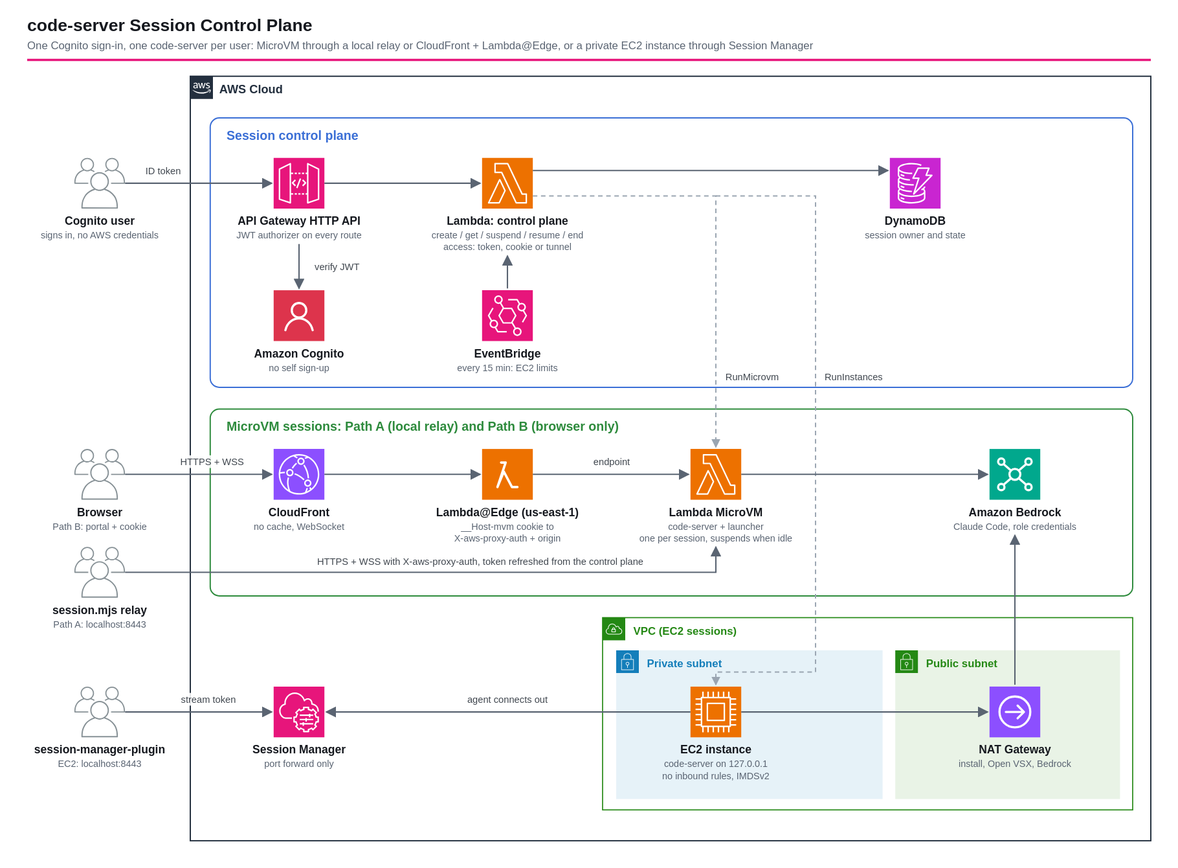
Before: infrastructure/workspaces/code-server-session-control-plane/overview.drawio.svg, a diagram exported from draw.io (ishiharatma/aws-cdk-reference-architectures). Source tidied: cells renumbered, new cells last; positions are measured from the earlier drawing's top-left corner, leaving out a move shared by most shapes.
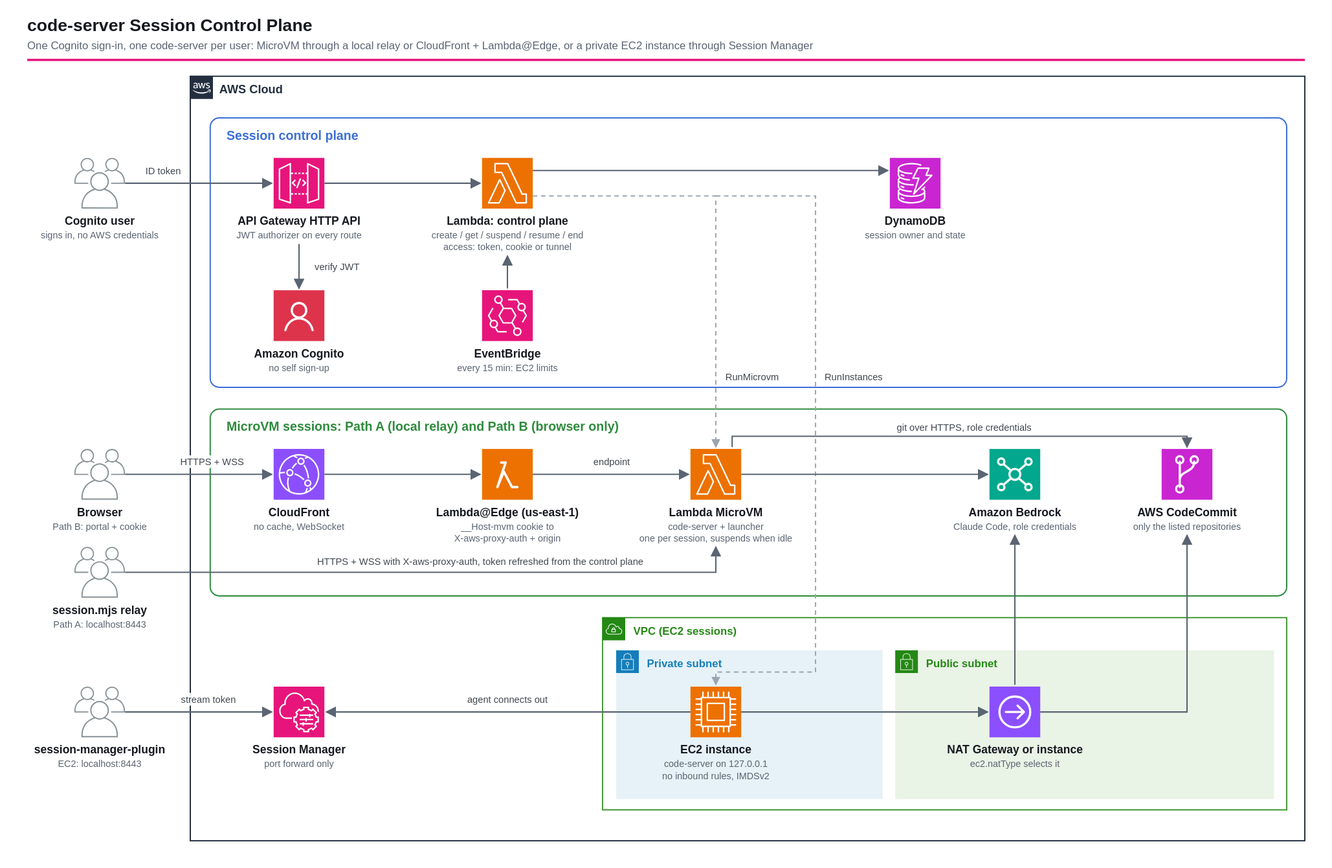
After the change.

The edit, as a diff of the source:
```diff
@@ -3,31 +3,31 @@
     <mxCell id="0" />
     <mxCell id="1" parent="0" />
     <mxCell id="2" value="code-server Session Control Plane" style="text;html=1;strokeColor=none;fillColor=none;align=left;verticalAlign=middle;whiteSpace=wrap;rounded=0;fontSize=19;fontStyle=1;fontColor=#16191F;" parent="1" vertex="1">
-      <mxGeometry width="1240" height="28" as="geometry" />
+      <mxGeometry width="1410" height="28" as="geometry" />
     </mxCell>
     <mxCell id="3" value="One Cognito sign-in, one code-server per user: MicroVM through a local relay or CloudFront + Lambda@Edge, or a private EC2 instance through Session Manager" style="text;html=1;strokeColor=none;fillColor=none;align=left;verticalAlign=middle;whiteSpace=wrap;rounded=0;fontSize=12;fontStyle=0;fontColor=#5A6472;" parent="1" vertex="1">
-      <mxGeometry y="28" width="1240" height="18" as="geometry" />
+      <mxGeometry y="28" width="1410" height="18" as="geometry" />
     </mxCell>
     <mxCell id="4" style="rounded=0;whiteSpace=wrap;html=1;fillColor=#E7157B;strokeColor=none;" parent="1" vertex="1">
-      <mxGeometry y="52" width="1240" height="2.5" as="geometry" />
+      <mxGeometry y="52" width="1410" height="2.5" as="geometry" />
     </mxCell>
     <mxCell id="5" value="AWS Cloud" style="gradientColor=none;html=1;whiteSpace=wrap;fontSize=12;fontStyle=0;shape=mxgraph.aws4.group;grIcon=mxgraph.aws4.group_aws_cloud_alt;strokeColor=#232F3E;fillColor=none;verticalAlign=top;align=left;spacingLeft=30;fontColor=#232F3E;dashed=0;" parent="1" vertex="1">
-      <mxGeometry x="180" y="70" width="1060" height="843" as="geometry" />
+      <mxGeometry x="180" y="70" width="1230" height="843" as="geometry" />
     </mxCell>
     <mxCell id="6" value="Session control plane" style="rounded=1;whiteSpace=wrap;html=1;fillColor=none;strokeColor=#3B6FD6;verticalAlign=top;align=left;spacingLeft=10;spacingTop=6;fontSize=13;fontStyle=1;fontColor=#3B6FD6;dashed=0;" parent="1" vertex="1">
-      <mxGeometry x="202" y="116" width="1018" height="297" as="geometry" />
+      <mxGeometry x="202" y="116" width="1188" height="297" as="geometry" />
     </mxCell>
     <mxCell id="7" value="MicroVM sessions: Path A (local relay) and Path B (browser only)" style="rounded=1;whiteSpace=wrap;html=1;fillColor=none;strokeColor=#2E8B3D;verticalAlign=top;align=left;spacingLeft=10;spacingTop=6;fontSize=13;fontStyle=1;fontColor=#2E8B3D;dashed=0;" parent="1" vertex="1">
-      <mxGeometry x="202" y="437" width="1018" height="206" as="geometry" />
+      <mxGeometry x="202" y="437" width="1188" height="206" as="geometry" />
     </mxCell>
     <mxCell id="8" value="VPC (EC2 sessions)" style="gradientColor=none;html=1;whiteSpace=wrap;fontSize=12;fontStyle=0;shape=mxgraph.aws4.group;grIcon=mxgraph.aws4.group_vpc;strokeColor=#248814;fillColor=none;verticalAlign=top;align=left;spacingLeft=30;fontColor=#248814;dashed=0;" parent="1" vertex="1">
-      <mxGeometry x="635" y="667" width="585" height="212" as="geometry" />
+      <mxGeometry x="635" y="667" width="755" height="212" as="geometry" />
     </mxCell>
     <mxCell id="9" value="Private subnet" style="gradientColor=none;html=1;whiteSpace=wrap;fontSize=12;fontStyle=0;shape=mxgraph.aws4.group;grIcon=mxgraph.aws4.group_security_group;grStroke=0;strokeColor=#147EBA;fillColor=#E6F2F8;verticalAlign=top;align=left;spacingLeft=30;fontColor=#147EBA;dashed=0;" parent="1" vertex="1">
       <mxGeometry x="650" y="703" width="294" height="164" as="geometry" />
     </mxCell>
     <mxCell id="10" value="Public subnet" style="gradientColor=none;html=1;whiteSpace=wrap;fontSize=12;fontStyle=0;shape=mxgraph.aws4.group;grIcon=mxgraph.aws4.group_security_group;grStroke=0;strokeColor=#248814;fillColor=#E9F3E6;verticalAlign=top;align=left;spacingLeft=30;fontColor=#248814;dashed=0;" parent="1" vertex="1">
-      <mxGeometry x="958" y="703" width="248" height="164" as="geometry" />
+      <mxGeometry x="958" y="703" width="418" height="164" as="geometry" />
     </mxCell>
     <mxCell id="11" value="API Gateway HTTP API" style="sketch=0;points=[[0,0,0],[0.25,0,0],[0.5,0,0],[0.75,0,0],[1,0,0],[0,1,0],[0.25,1,0],[0.5,1,0],[0.75,1,0],[1,1,0],[0,0.25,0],[0,0.5,0],[0,0.75,0],[1,0.25,0],[1,0.5,0],[1,0.75,0]];outlineConnect=0;fontColor=#232F3E;fillColor=#E7157B;strokeColor=#ffffff;dashed=0;verticalLabelPosition=bottom;verticalAlign=top;align=center;html=1;fontSize=12;fontStyle=0;shape=mxgraph.aws4.resourceIcon;resIcon=mxgraph.aws4.api_gateway;" parent="1" vertex="1">
       <mxGeometry x="272" y="160" width="56" height="56" as="geometry" />
@@ -56,74 +56,83 @@
     <mxCell id="19" value="Amazon Bedrock" style="sketch=0;points=[[0,0,0],[0.25,0,0],[0.5,0,0],[0.75,0,0],[1,0,0],[0,1,0],[0.25,1,0],[0.5,1,0],[0.75,1,0],[1,1,0],[0,0.25,0],[0,0.5,0],[0,0.75,0],[1,0.25,0],[1,0.5,0],[1,0.75,0]];outlineConnect=0;fontColor=#232F3E;fillColor=#01A88D;strokeColor=#ffffff;dashed=0;verticalLabelPosition=bottom;verticalAlign=top;align=center;html=1;fontSize=12;fontStyle=0;shape=mxgraph.aws4.resourceIcon;resIcon=mxgraph.aws4.bedrock;" parent="1" vertex="1">
       <mxGeometry x="1062" y="481" width="56" height="56" as="geometry" />
     </mxCell>
-    <mxCell id="20" value="Session Manager" style="sketch=0;points=[[0,0,0],[0.25,0,0],[0.5,0,0],[0.75,0,0],[1,0,0],[0,1,0],[0.25,1,0],[0.5,1,0],[0.75,1,0],[1,1,0],[0,0.25,0],[0,0.5,0],[0,0.75,0],[1,0.25,0],[1,0.5,0],[1,0.75,0]];outlineConnect=0;fontColor=#232F3E;fillColor=#E7157B;strokeColor=#ffffff;dashed=0;verticalLabelPosition=bottom;verticalAlign=top;align=center;html=1;fontSize=12;fontStyle=0;shape=mxgraph.aws4.resourceIcon;resIcon=mxgraph.aws4.systems_manager;" parent="1" vertex="1">
-      <mxGeometry x="272" y="743" width="56" height="56" as="geometry" />
+    <mxCell id="20" value="AWS CodeCommit" style="sketch=0;points=[[0,0,0],[0.25,0,0],[0.5,0,0],[0.75,0,0],[1,0,0],[0,1,0],[0.25,1,0],[0.5,1,0],[0.75,1,0],[1,1,0],[0,0.25,0],[0,0.5,0],[0,0.75,0],[1,0.25,0],[1,0.5,0],[1,0.75,0]];outlineConnect=0;fontColor=#232F3E;fillColor=#C925D1;strokeColor=#ffffff;dashed=0;verticalLabelPosition=bottom;verticalAlign=top;align=center;html=1;fontSize=12;fontStyle=0;shape=mxgraph.aws4.resourceIcon;resIcon=mxgraph.aws4.codecommit;" parent="1" vertex="1">
+      <mxGeometry x="1252" y="481" width="56" height="56" as="geometry" />
     </mxCell>
-    <mxCell id="21" value="EC2 instance" style="sketch=0;points=[[0,0,0],[0.25,0,0],[0.5,0,0],[0.75,0,0],[1,0,0],[0,1,0],[0.25,1,0],[0.5,1,0],[0.75,1,0],[1,1,0],[0,0.25,0],[0,0.5,0],[0,0.75,0],[1,0.25,0],[1,0.5,0],[1,0.75,0]];outlineConnect=0;fontColor=#232F3E;fillColor=#ED7100;strokeColor=#ffffff;dashed=0;verticalLabelPosition=bottom;verticalAlign=top;align=center;html=1;fontSize=12;fontStyle=0;shape=mxgraph.aws4.resourceIcon;resIcon=mxgraph.aws4.ec2;" parent="1" vertex="1">
-      <mxGeometry x="732" y="743" width="56" height="56" as="geometry" />
+    <mxCell id="21" value="Session Manager" style="sketch=0;points=[[0,0,0],[0.25,0,0],[0.5,0,0],[0.75,0,0],[1,0,0],[0,1,0],[0.25,1,0],[0.5,1,0],[0.75,1,0],[1,1,0],[0,0.25,0],[0,0.5,0],[0,0.75,0],[1,0.25,0],[1,0.5,0],[1,0.75,0]];outlineConnect=0;fontColor=#232F3E;fillColor=#E7157B;strokeColor=#ffffff;dashed=0;verticalLabelPosition=bottom;verticalAlign=top;align=center;html=1;fontSize=12;fontStyle=0;shape=mxgraph.aws4.resourceIcon;resIcon=mxgraph.aws4.systems_manager;" parent="1" vertex="1">
+      <mxGeometry x="272" y="743" width="56" height="56" as="geometry" />
     </mxCell>
-    <mxCell id="22" value="NAT Gateway" style="sketch=0;outlineConnect=0;fontColor=#232F3E;gradientColor=none;fillColor=#8C4FFF;strokeColor=none;dashed=0;verticalLabelPosition=bottom;verticalAlign=top;align=center;html=1;fontSize=12;fontStyle=0;shape=mxgraph.aws4.nat_gateway;" parent="1" vertex="1">
-      <mxGeometry x="1062" y="743" width="56" height="56" as="geometry" />
+    <mxCell id="22" value="EC2 instance" style="sketch=0;points=[[0,0,0],[0.25,0,0],[0.5,0,0],[0.75,0,0],[1,0,0],[0,1,0],[0.25,1,0],[0.5,1,0],[0.75,1,0],[1,1,0],[0,0.25,0],[0,0.5,0],[0,0.75,0],[1,0.25,0],[1,0.5,0],[1,0.75,0]];outlineConnect=0;fontColor=#232F3E;fillColor=#ED7100;strokeColor=#ffffff;dashed=0;verticalLabelPosition=bottom;verticalAlign=top;align=center;html=1;fontSize=12;fontStyle=0;shape=mxgraph.aws4.resourceIcon;resIcon=mxgraph.aws4.ec2;" parent="1" vertex="1">
+      <mxGeometry x="732" y="743" width="56" height="56" as="geometry" />
     </mxCell>
-    <mxCell id="23" value="Browser" style="sketch=0;outlineConnect=0;fontColor=#232F3E;gradientColor=none;fillColor=#232F3D;strokeColor=none;dashed=0;verticalLabelPosition=bottom;verticalAlign=top;align=center;html=1;fontSize=12;fontStyle=0;shape=mxgraph.aws4.users;" parent="1" vertex="1">
-      <mxGeometry x="52" y="481" width="56" height="56" as="geometry" />
+    <mxCell id="23" value="NAT Gateway or instance" style="sketch=0;outlineConnect=0;fontColor=#232F3E;gradientColor=none;fillColor=#8C4FFF;strokeColor=none;dashed=0;verticalLabelPosition=bottom;verticalAlign=top;align=center;html=1;fontSize=12;fontStyle=0;shape=mxgraph.aws4.nat_gateway;" parent="1" vertex="1">
+      <mxGeometry x="1062" y="743" width="56" height="56" as="geometry" />
     </mxCell>
-    <mxCell id="24" value="session.mjs relay" style="sketch=0;outlineConnect=0;fontColor=#232F3E;gradientColor=none;fillColor=#232F3D;strokeColor=none;dashed=0;verticalLabelPosition=bottom;verticalAlign=top;align=center;html=1;fontSize=12;fontStyle=0;shape=mxgraph.aws4.users;" parent="1" vertex="1">
-      <mxGeometry x="52" y="589" width="56" height="56" as="geometry" />
+    <mxCell id="24" value="Browser" style="sketch=0;outlineConnect=0;fontColor=#232F3E;gradientColor=none;fillColor=#232F3D;strokeColor=none;dashed=0;verticalLabelPosition=bottom;verticalAlign=top;align=center;html=1;fontSize=12;fontStyle=0;shape=mxgraph.aws4.users;" parent="1" vertex="1">
+      <mxGeometry x="52" y="481" width="56" height="56" as="geometry" />
     </mxCell>
-    <mxCell id="25" value="session-manager-plugin" style="sketch=0;outlineConnect=0;fontColor=#232F3E;gradientColor=none;fillColor=#232F3D;strokeColor=none;dashed=0;verticalLabelPosition=bottom;verticalAlign=top;align=center;html=1;fontSize=12;fontStyle=0;shape=mxgraph.aws4.users;" parent="1" vertex="1">
-      <mxGeometry x="52" y="743" width="56" height="56" as="geometry" />
+    <mxCell id="25" value="session.mjs relay" style="sketch=0;outlineConnect=0;fontColor=#232F3E;gradientColor=none;fillColor=#232F3D;strokeColor=none;dashed=0;verticalLabelPosition=bottom;verticalAlign=top;align=center;html=1;fontSize=12;fontStyle=0;shape=mxgraph.aws4.users;" parent="1" vertex="1">
+      <mxGeometry x="52" y="589" width="56" height="56" as="geometry" />
     </mxCell>
-    <mxCell id="26" value="Cognito user" style="sketch=0;outlineConnect=0;fontColor=#232F3E;gradientColor=none;fillColor=#232F3D;strokeColor=none;dashed=0;verticalLabelPosition=bottom;verticalAlign=top;align=center;html=1;fontSize=12;fontStyle=0;shape=mxgraph.aws4.users;" parent="1" vertex="1">
-      <mxGeometry x="52" y="160" width="56" height="56" as="geometry" />
+    <mxCell id="26" value="session-manager-plugin" style="sketch=0;outlineConnect=0;fontColor=#232F3E;gradientColor=none;fillColor=#232F3D;strokeColor=none;dashed=0;verticalLabelPosition=bottom;verticalAlign=top;align=center;html=1;fontSize=12;fontStyle=0;shape=mxgraph.aws4.users;" parent="1" vertex="1">
+      <mxGeometry x="52" y="743" width="56" height="56" as="geometry" />
     </mxCell>
-    <mxCell id="27" value="ID token" style="edgeStyle=orthogonalEdgeStyle;rounded=0;html=1;fontSize=10;endArrow=block;endFill=1;strokeColor=#5A6472;" parent="1" edge="1" source="26" target="11">
-      <mxGeometry relative="1" as="geometry" />
+    <mxCell id="27" value="Cognito user" style="sketch=0;outlineConnect=0;fontColor=#232F3E;gradientColor=none;fillColor=#232F3D;strokeColor=none;dashed=0;verticalLabelPosition=bottom;verticalAlign=top;align=center;html=1;fontSize=12;fontStyle=0;shape=mxgraph.aws4.users;" parent="1" vertex="1">
+      <mxGeometry x="52" y="160" width="56" height="56" as="geometry" />
     </mxCell>
-    <mxCell id="28" style="edgeStyle=orthogonalEdgeStyle;rounded=0;html=1;fontSize=10;endArrow=block;endFill=1;strokeColor=#5A6472;" parent="1" edge="1" source="11" target="12">
+    <mxCell id="28" value="ID token" style="edgeStyle=orthogonalEdgeStyle;rounded=0;html=1;fontSize=10;endArrow=block;endFill=1;strokeColor=#5A6472;" parent="1" edge="1" source="27" target="11">
       <mxGeometry relative="1" as="geometry" />
     </mxCell>
-    <mxCell id="29" value="verify JWT" style="edgeStyle=orthogonalEdgeStyle;rounded=0;html=1;fontSize=10;endArrow=block;endFill=1;strokeColor=#5A6472;" parent="1" edge="1" source="11" target="14">
+    <mxCell id="29" style="edgeStyle=orthogonalEdgeStyle;rounded=0;html=1;fontSize=10;endArrow=block;endFill=1;strokeColor=#5A6472;" parent="1" edge="1" source="11" target="12">
       <mxGeometry relative="1" as="geometry" />
     </mxCell>
-    <mxCell id="30" style="edgeStyle=orthogonalEdgeStyle;rounded=0;html=1;fontSize=10;endArrow=block;endFill=1;strokeColor=#5A6472;" parent="1" edge="1" source="15" target="12">
+    <mxCell id="30" value="verify JWT" style="edgeStyle=orthogonalEdgeStyle;rounded=0;html=1;fontSize=10;endArrow=block;endFill=1;strokeColor=#5A6472;" parent="1" edge="1" source="11" target="14">
       <mxGeometry relative="1" as="geometry" />
     </mxCell>
-    <mxCell id="31" style="edgeStyle=orthogonalEdgeStyle;rounded=0;html=1;fontSize=10;endArrow=block;endFill=1;strokeColor=#5A6472;" parent="1" edge="1" source="12" target="13">
+    <mxCell id="31" style="edgeStyle=orthogonalEdgeStyle;rounded=0;html=1;fontSize=10;endArrow=block;endFill=1;strokeColor=#5A6472;" parent="1" edge="1" source="15" target="12">
       <mxGeometry relative="1" as="geometry" />
     </mxCell>
-    <mxCell id="32" value="RunMicrovm" style="edgeStyle=orthogonalEdgeStyle;rounded=0;html=1;fontSize=10;endArrow=block;endFill=1;strokeColor=#5A6472;" parent="1" edge="1" source="12" target="18">
+    <mxCell id="32" style="edgeStyle=orthogonalEdgeStyle;rounded=0;html=1;fontSize=10;endArrow=block;endFill=1;strokeColor=#5A6472;" parent="1" edge="1" source="12" target="13">
       <mxGeometry relative="1" as="geometry" />
     </mxCell>
-    <mxCell id="33" value="RunInstances" style="edgeStyle=orthogonalEdgeStyle;rounded=0;html=1;fontSize=10;endArrow=block;endFill=1;strokeColor=#5A6472;" parent="1" edge="1" source="12" target="21">
+    <mxCell id="33" value="RunMicrovm" style="edgeStyle=orthogonalEdgeStyle;rounded=0;html=1;fontSize=10;endArrow=block;endFill=1;strokeColor=#5A6472;" parent="1" edge="1" source="12" target="18">
       <mxGeometry relative="1" as="geometry" />
     </mxCell>
-    <mxCell id="34" value="HTTPS + WSS" style="edgeStyle=orthogonalEdgeStyle;rounded=0;html=1;fontSize=10;endArrow=block;endFill=1;strokeColor=#5A6472;" parent="1" edge="1" source="23" target="16">
+    <mxCell id="34" value="RunInstances" style="edgeStyle=orthogonalEdgeStyle;rounded=0;html=1;fontSize=10;endArrow=block;endFill=1;strokeColor=#5A6472;" parent="1" edge="1" source="12" target="22">
       <mxGeometry relative="1" as="geometry" />
     </mxCell>
-    <mxCell id="35" style="edgeStyle=orthogonalEdgeStyle;rounded=0;html=1;fontSize=10;endArrow=block;endFill=1;strokeColor=#5A6472;" parent="1" edge="1" source="16" target="17">
+    <mxCell id="35" value="HTTPS + WSS" style="edgeStyle=orthogonalEdgeStyle;rounded=0;html=1;fontSize=10;endArrow=block;endFill=1;strokeColor=#5A6472;" parent="1" edge="1" source="24" target="16">
       <mxGeometry relative="1" as="geometry" />
     </mxCell>
-    <mxCell id="36" value="endpoint" style="edgeStyle=orthogonalEdgeStyle;rounded=0;html=1;fontSize=10;endArrow=block;endFill=1;strokeColor=#5A6472;" parent="1" edge="1" source="17" target="18">
+    <mxCell id="36" style="edgeStyle=orthogonalEdgeStyle;rounded=0;html=1;fontSize=10;endArrow=block;endFill=1;strokeColor=#5A6472;" parent="1" edge="1" source="16" target="17">
       <mxGeometry relative="1" as="geometry" />
     </mxCell>
-    <mxCell id="37" value="HTTPS + WSS with X-aws-proxy-auth" style="edgeStyle=orthogonalEdgeStyle;rounded=0;html=1;fontSize=10;endArrow=block;endFill=1;strokeColor=#5A6472;" parent="1" edge="1" source="24" target="18">
+    <mxCell id="37" value="endpoint" style="edgeStyle=orthogonalEdgeStyle;rounded=0;html=1;fontSize=10;endArrow=block;endFill=1;strokeColor=#5A6472;" parent="1" edge="1" source="17" target="18">
       <mxGeometry relative="1" as="geometry" />
     </mxCell>
-    <mxCell id="38" style="edgeStyle=orthogonalEdgeStyle;rounded=0;html=1;fontSize=10;endArrow=block;endFill=1;strokeColor=#5A6472;" parent="1" edge="1" source="18" target="19">
+    <mxCell id="38" value="HTTPS + WSS with X-aws-proxy-auth" style="edgeStyle=orthogonalEdgeStyle;rounded=0;html=1;fontSize=10;endArrow=block;endFill=1;strokeColor=#5A6472;" parent="1" edge="1" source="25" target="18">
       <mxGeometry relative="1" as="geometry" />
     </mxCell>
-    <mxCell id="39" value="stream token" style="edgeStyle=orthogonalEdgeStyle;rounded=0;html=1;fontSize=10;endArrow=block;endFill=1;strokeColor=#5A6472;" parent="1" edge="1" source="25" target="20">
+    <mxCell id="39" style="edgeStyle=orthogonalEdgeStyle;rounded=0;html=1;fontSize=10;endArrow=block;endFill=1;strokeColor=#5A6472;" parent="1" edge="1" source="18" target="19">
       <mxGeometry relative="1" as="geometry" />
     </mxCell>
-    <mxCell id="40" value="agent connects out" style="edgeStyle=orthogonalEdgeStyle;rounded=0;html=1;fontSize=10;endArrow=block;endFill=1;strokeColor=#5A6472;" parent="1" edge="1" source="21" target="20">
+    <mxCell id="40" value="stream token" style="edgeStyle=orthogonalEdgeStyle;rounded=0;html=1;fontSize=10;endArrow=block;endFill=1;strokeColor=#5A6472;" parent="1" edge="1" source="26" target="21">
       <mxGeometry relative="1" as="geometry" />
     </mxCell>
-    <mxCell id="41" style="edgeStyle=orthogonalEdgeStyle;rounded=0;html=1;fontSize=10;endArrow=block;endFill=1;strokeColor=#5A6472;" parent="1" edge="1" source="21" target="22">
+    <mxCell id="41" value="agent connects out" style="edgeStyle=orthogonalEdgeStyle;rounded=0;html=1;fontSize=10;endArrow=block;endFill=1;strokeColor=#5A6472;" parent="1" edge="1" source="22" target="21">
       <mxGeometry relative="1" as="geometry" />
     </mxCell>
-    <mxCell id="42" style="edgeStyle=orthogonalEdgeStyle;rounded=0;html=1;fontSize=10;endArrow=block;endFill=1;strokeColor=#5A6472;" parent="1" edge="1" source="22" target="19">
+    <mxCell id="42" style="edgeStyle=orthogonalEdgeStyle;rounded=0;html=1;fontSize=10;endArrow=block;endFill=1;strokeColor=#5A6472;" parent="1" edge="1" source="22" target="23">
       <mxGeometry relative="1" as="geometry" />
     </mxCell>
+    <mxCell id="43" style="edgeStyle=orthogonalEdgeStyle;rounded=0;html=1;fontSize=10;endArrow=block;endFill=1;strokeColor=#5A6472;" parent="1" edge="1" source="23" target="19">
+      <mxGeometry relative="1" as="geometry" />
+    </mxCell>
+    <mxCell id="44" value="git over HTTPS" style="edgeStyle=orthogonalEdgeStyle;rounded=0;html=1;fontSize=10;endArrow=block;endFill=1;strokeColor=#5A6472;" parent="1" edge="1" source="18" target="20">
+      <mxGeometry relative="1" as="geometry" />
+    </mxCell>
+    <mxCell id="45" style="edgeStyle=orthogonalEdgeStyle;rounded=0;html=1;fontSize=10;endArrow=block;endFill=1;strokeColor=#5A6472;" parent="1" edge="1" source="23" target="20">
+      <mxGeometry relative="1" as="geometry" />
+    </mxCell>
   </root>
 </mxGraphModel>
```
